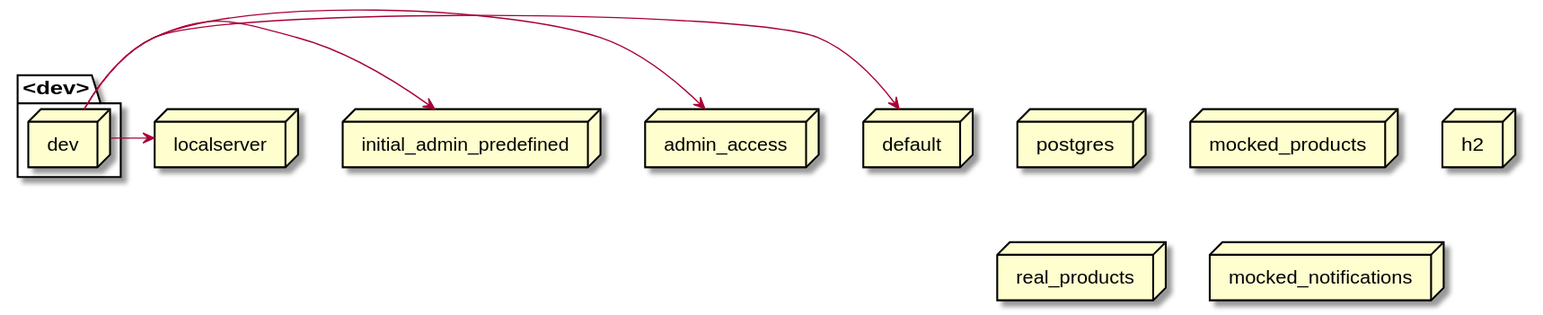
This is docs/latest/images/gen_springprofiles-dev.svg from mercedes-benz/sechub, a PlantUML export, as it was before one commit.
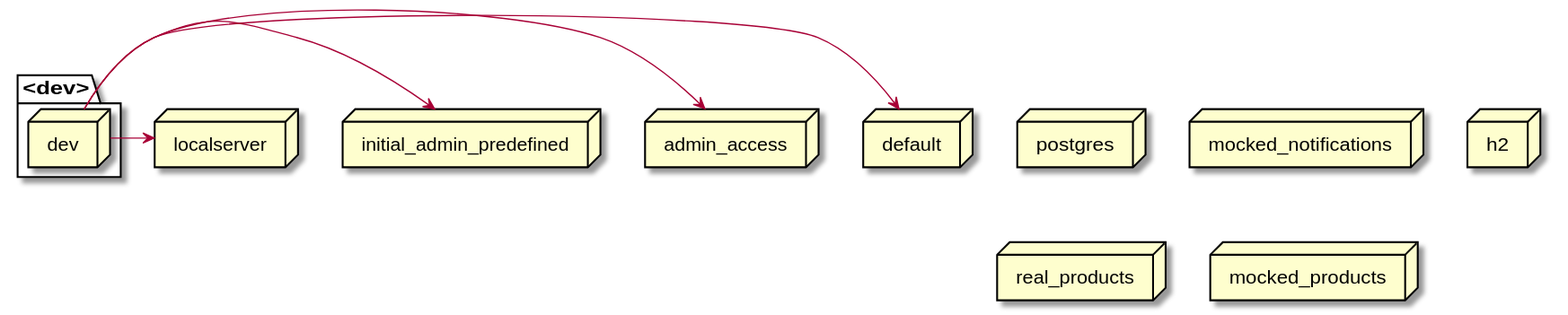
Above is the later version.

The edit, as a diff of the source:
```diff
@@ -1,15 +1,15 @@
 @startuml
 node postgres
+node mocked_notifications
 node admin_access
-node localserver
+node h2
 package <dev>{
    node dev
 }
-node mocked_products
-node h2
+node localserver
 node real_products
 node initial_admin_predefined
-node mocked_notifications
+node mocked_products
 node default
 dev -> localserver
 dev -> initial_admin_predefined
```
